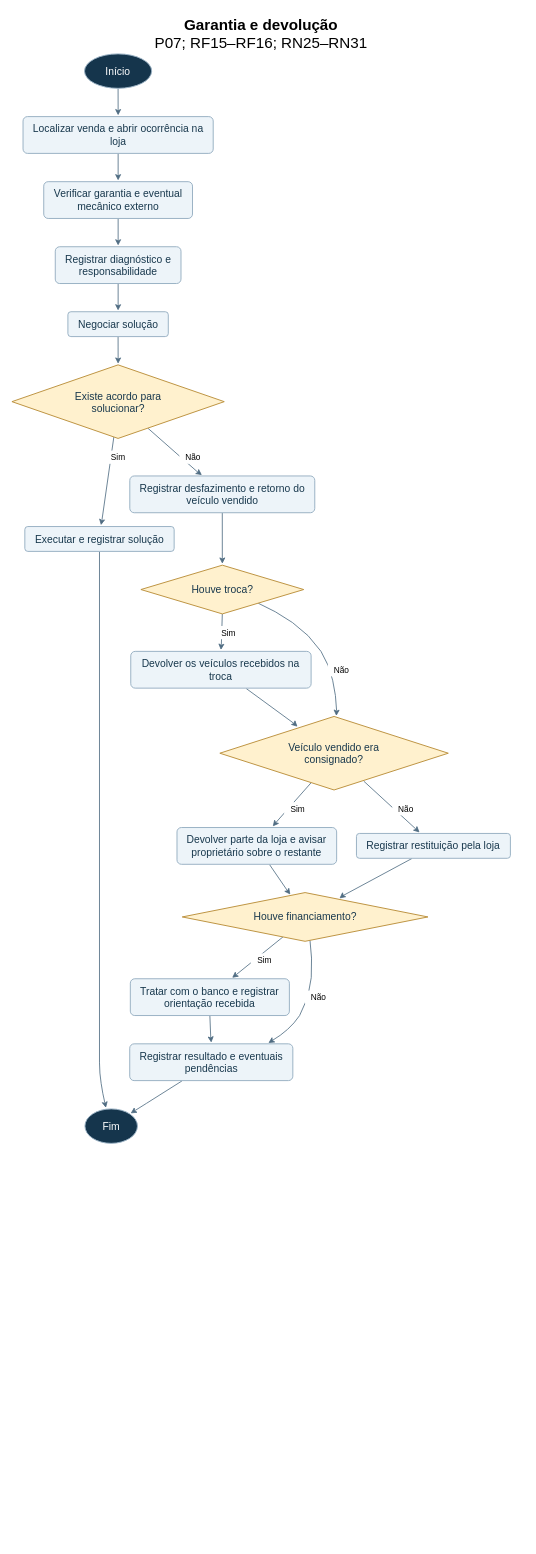
This is docs/fluxogramas/07-garantia-devolucao.drawio from andreyveloso/modelagem-banco-multiplikar-automoveis, a draw.io file, before an edit. Source tidied: cells renumbered, new cells numbered last; positions are measured from the earlier drawing's top-left corner, leaving out a move shared by most shapes. Both pictures are drawn from the tidied source at 69%, with x=0, y=0 at pixel (12, 11).
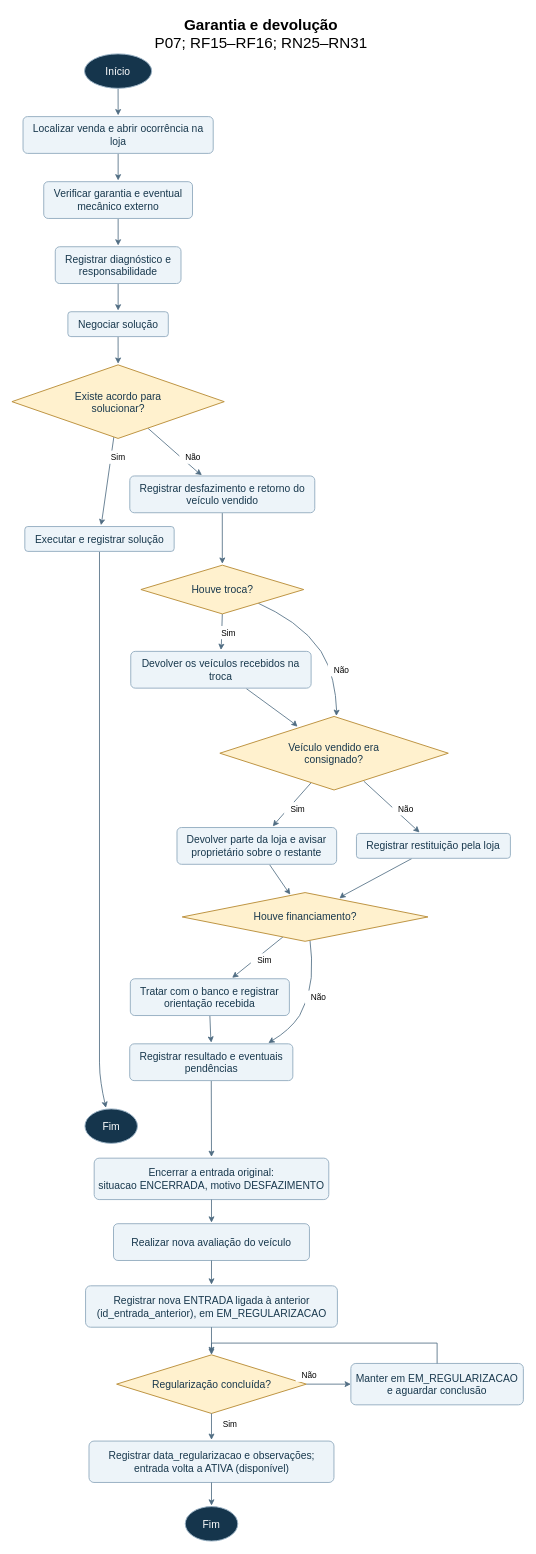
Above is the later version.

Unchanged cells that the change refers to:
```xml
<mxCell id="30" value="Fim" style="ellipse;whiteSpace=wrap;html=0;align=center;verticalAlign=middle;fontFamily=Arial;fontSize=15;fillColor=#15354c;fontColor=white;strokeColor=#99b1c3;strokeWidth=1.4;spacing=4;" parent="1" vertex="1">
  <mxGeometry x="105.6" y="1590.6" width="76.1" height="49.9" as="geometry" />
</mxCell>
<mxCell id="38" value="Registrar resultado e eventuais&#10;pendências" style="rounded=1;arcSize=12;whiteSpace=wrap;html=0;align=center;verticalAlign=middle;fontFamily=Arial;fontSize=15;fillColor=#edf4f9;fontColor=#18384d;strokeColor=#99b1c3;strokeWidth=1.4;spacing=4;" parent="1" vertex="1">
  <mxGeometry x="170.5" y="1496.3" width="236.4" height="53.3" as="geometry" />
</mxCell>
```

Diff of the diagram source:
```diff
@@
-    <mxCell id="21" style="edgeStyle=none;noEdgeStyle=1;rounded=0;html=0;endArrow=classic;endFill=1;strokeColor=#506c82;strokeWidth=1.2;exitX=0.32;exitY=1.01;exitPerimeter=0;entryX=0.87;entryY=0.13;entryPerimeter=0;" parent="1" edge="1" source="38" target="30">
-      <mxGeometry relative="1" as="geometry">
-        <Array as="points">
-          <mxPoint x="194.9" y="1582.5" />
-          <mxPoint x="178.5" y="1592.8" />
-        </Array>
-      </mxGeometry>
+    <mxCell id="21" style="edgeStyle=none;noEdgeStyle=1;rounded=0;html=0;endArrow=classic;endFill=1;strokeColor=#506c82;strokeWidth=1.2;exitX=0.5;exitY=1;exitPerimeter=0;entryX=0.5;entryY=-0.03;entryPerimeter=0;" parent="1" edge="1" source="38" target="49">
+      <mxGeometry relative="1" as="geometry" />
     </mxCell>
@@
+    <mxCell id="49" value="Encerrar a entrada original:&#10;situacao ENCERRADA, motivo DESFAZIMENTO" style="rounded=1;arcSize=12;whiteSpace=wrap;html=0;align=center;verticalAlign=middle;fontFamily=Arial;fontSize=15;fillColor=#edf4f9;fontColor=#18384d;strokeColor=#99b1c3;strokeWidth=1.4;spacing=4;" parent="1" vertex="1">
+      <mxGeometry x="119" y="1662" width="340" height="60" as="geometry" />
+    </mxCell>
+    <mxCell id="50" value="Realizar nova avaliação do veículo" style="rounded=1;arcSize=12;whiteSpace=wrap;html=0;align=center;verticalAlign=middle;fontFamily=Arial;fontSize=15;fillColor=#edf4f9;fontColor=#18384d;strokeColor=#99b1c3;strokeWidth=1.4;spacing=4;" parent="1" vertex="1">
+      <mxGeometry x="147" y="1757" width="284" height="53.3" as="geometry" />
+    </mxCell>
+    <mxCell id="51" value="Registrar nova ENTRADA ligada à anterior&#10;(id_entrada_anterior), em EM_REGULARIZACAO" style="rounded=1;arcSize=12;whiteSpace=wrap;html=0;align=center;verticalAlign=middle;fontFamily=Arial;fontSize=15;fillColor=#edf4f9;fontColor=#18384d;strokeColor=#99b1c3;strokeWidth=1.4;spacing=4;" parent="1" vertex="1">
+      <mxGeometry x="106.5" y="1847" width="365" height="60" as="geometry" />
+    </mxCell>
+    <mxCell id="52" value="Regularização concluída?" style="rhombus;whiteSpace=wrap;html=0;align=center;verticalAlign=middle;fontFamily=Arial;fontSize=15;fillColor=#fff1ce;fontColor=#18384d;strokeColor=#bc923f;strokeWidth=1.4;spacing=4;" parent="1" vertex="1">
+      <mxGeometry x="151.5" y="1947" width="275" height="85" as="geometry" />
+    </mxCell>
+    <mxCell id="53" value="Registrar data_regularizacao e observações;&#10;entrada volta a ATIVA (disponível)" style="rounded=1;arcSize=12;whiteSpace=wrap;html=0;align=center;verticalAlign=middle;fontFamily=Arial;fontSize=15;fillColor=#edf4f9;fontColor=#18384d;strokeColor=#99b1c3;strokeWidth=1.4;spacing=4;" parent="1" vertex="1">
+      <mxGeometry x="111.5" y="2072" width="355" height="60" as="geometry" />
+    </mxCell>
+    <mxCell id="54" value="Manter em EM_REGULARIZACAO&#10;e aguardar conclusão" style="rounded=1;arcSize=12;whiteSpace=wrap;html=0;align=center;verticalAlign=middle;fontFamily=Arial;fontSize=15;fillColor=#edf4f9;fontColor=#18384d;strokeColor=#99b1c3;strokeWidth=1.4;spacing=4;" parent="1" vertex="1">
+      <mxGeometry x="491" y="1959.5" width="250" height="60" as="geometry" />
+    </mxCell>
+    <mxCell id="55" value="Sim" style="text;html=0;align=center;verticalAlign=middle;fontFamily=Arial;fontSize=12;strokeColor=none;fillColor=#ffffff;spacing=1;" parent="1" vertex="1">
+      <mxGeometry x="296" y="2038" width="40" height="19.2" as="geometry" />
+    </mxCell>
+    <mxCell id="56" value="Não" style="text;html=0;align=center;verticalAlign=middle;fontFamily=Arial;fontSize=12;strokeColor=none;fillColor=#ffffff;spacing=1;" parent="1" vertex="1">
+      <mxGeometry x="411" y="1967" width="40" height="19.2" as="geometry" />
+    </mxCell>
+    <mxCell id="57" style="edgeStyle=none;noEdgeStyle=1;rounded=0;html=0;endArrow=classic;endFill=1;strokeColor=#506c82;strokeWidth=1.2;exitX=0.5;exitY=1;exitPerimeter=0;entryX=0.5;entryY=-0.03;entryPerimeter=0;" parent="1" edge="1" source="49" target="50">
+      <mxGeometry relative="1" as="geometry" />
+    </mxCell>
+    <mxCell id="58" style="edgeStyle=none;noEdgeStyle=1;rounded=0;html=0;endArrow=classic;endFill=1;strokeColor=#506c82;strokeWidth=1.2;exitX=0.5;exitY=1;exitPerimeter=0;entryX=0.5;entryY=-0.03;entryPerimeter=0;" parent="1" edge="1" source="50" target="51">
+      <mxGeometry relative="1" as="geometry" />
+    </mxCell>
+    <mxCell id="59" style="edgeStyle=none;noEdgeStyle=1;rounded=0;html=0;endArrow=classic;endFill=1;strokeColor=#506c82;strokeWidth=1.2;exitX=0.5;exitY=1;exitPerimeter=0;entryX=0.5;entryY=-0.03;entryPerimeter=0;" parent="1" edge="1" source="51" target="52">
+      <mxGeometry relative="1" as="geometry" />
+    </mxCell>
+    <mxCell id="60" style="edgeStyle=none;noEdgeStyle=1;rounded=0;html=0;endArrow=classic;endFill=1;strokeColor=#506c82;strokeWidth=1.2;exitX=0.5;exitY=1;exitPerimeter=0;entryX=0.5;entryY=-0.03;entryPerimeter=0;" parent="1" edge="1" source="52" target="53">
+      <mxGeometry relative="1" as="geometry" />
+    </mxCell>
+    <mxCell id="61" style="edgeStyle=none;noEdgeStyle=1;rounded=0;html=0;endArrow=classic;endFill=1;strokeColor=#506c82;strokeWidth=1.2;exitX=1;exitY=0.5;exitPerimeter=0;entryX=0;entryY=0.5;entryPerimeter=0;" parent="1" edge="1" source="52" target="54">
+      <mxGeometry relative="1" as="geometry" />
+    </mxCell>
+    <mxCell id="62" style="edgeStyle=none;noEdgeStyle=1;rounded=0;html=0;endArrow=classic;endFill=1;strokeColor=#506c82;strokeWidth=1.2;exitX=0.5;exitY=0;exitPerimeter=0;entryX=0.5;entryY=0;entryPerimeter=0;" parent="1" edge="1" source="54" target="52">
+      <mxGeometry relative="1" as="geometry">
+        <Array as="points">
+          <mxPoint x="616" y="1930" />
+          <mxPoint x="289" y="1930" />
+        </Array>
+      </mxGeometry>
+    </mxCell>
+    <mxCell id="63" style="edgeStyle=none;noEdgeStyle=1;rounded=0;html=0;endArrow=classic;endFill=1;strokeColor=#506c82;strokeWidth=1.2;exitX=0.5;exitY=1;exitPerimeter=0;entryX=0.5;entryY=-0.03;entryPerimeter=0;" parent="1" edge="1" source="53" target="64">
+      <mxGeometry relative="1" as="geometry" />
+    </mxCell>
+    <mxCell id="64" value="Fim" style="ellipse;whiteSpace=wrap;html=0;align=center;verticalAlign=middle;fontFamily=Arial;fontSize=15;fillColor=#15354c;fontColor=white;strokeColor=#99b1c3;strokeWidth=1.4;spacing=4;" parent="1" vertex="1">
+      <mxGeometry x="251" y="2167" width="76.1" height="49.9" as="geometry" />
+    </mxCell>
```
